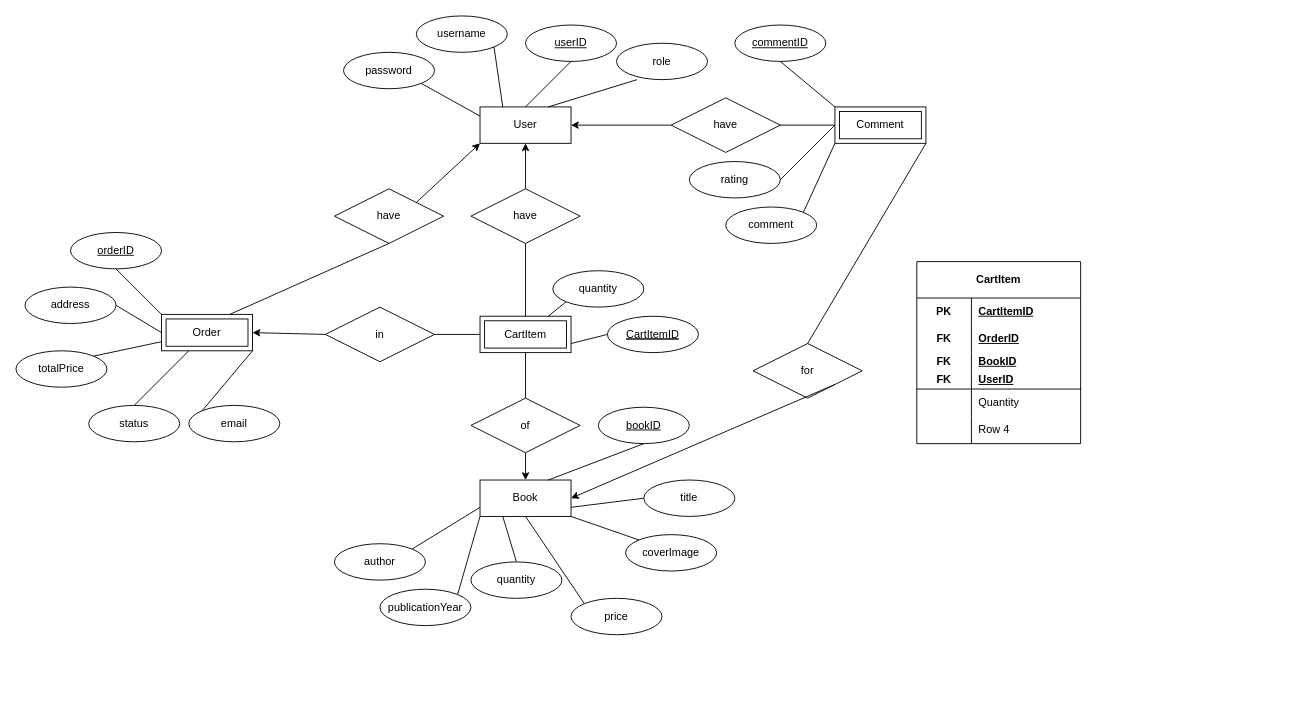
aurora-mei/BookSelling keeps this draw.io diagram as Untitled Diagram.drawio. Above is the earlier version. Source tidied: cells renumbered, new cells numbered last; positions are measured from the earlier drawing's top-left corner, leaving out a move shared by most shapes. Both pictures are drawn from the tidied source at 91%, with x=0, y=0 at pixel (15, 15).
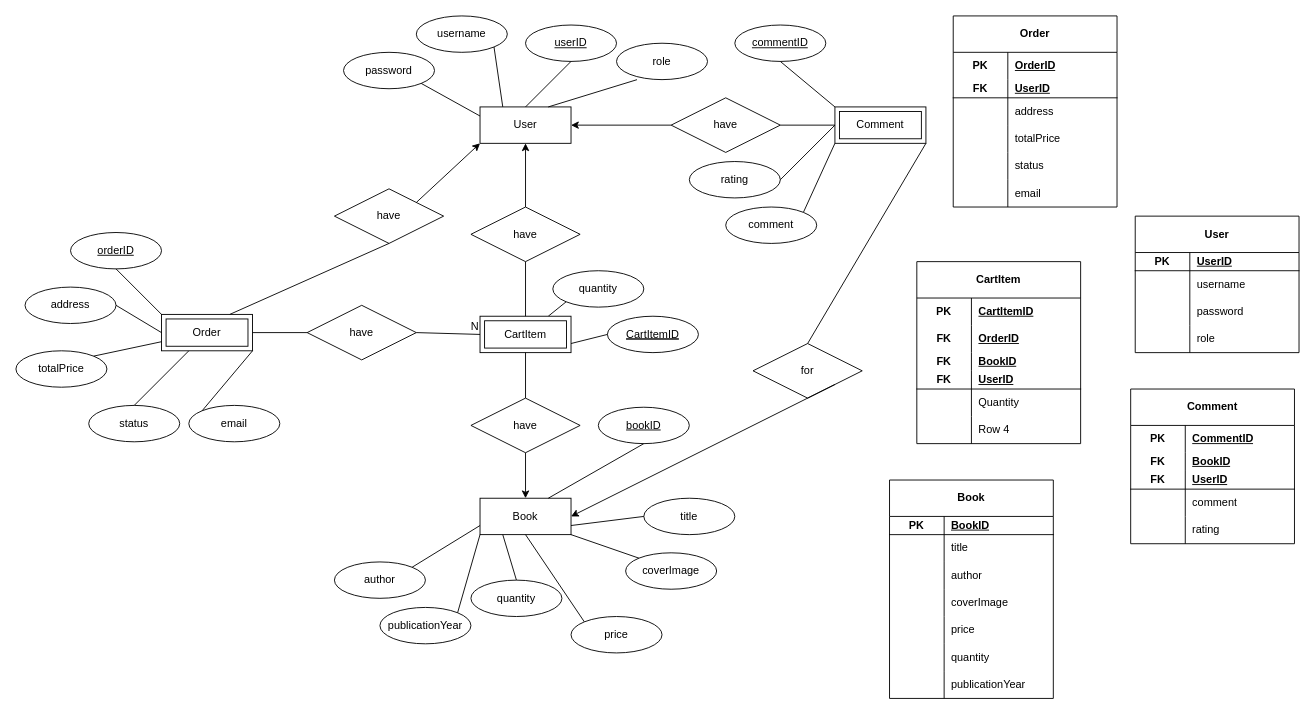
The same diagram, later.

Unchanged cells that the change refers to:
```xml
<mxCell id="35" value="Order" style="shape=ext;margin=3;double=1;whiteSpace=wrap;html=1;align=center;" parent="1" vertex="1">
  <mxGeometry x="160" y="328" width="100" height="40" as="geometry" />
</mxCell>
<mxCell id="76" value="CartItem" style="shape=ext;margin=3;double=1;whiteSpace=wrap;html=1;align=center;" parent="1" vertex="1">
  <mxGeometry x="510" y="330" width="100" height="40" as="geometry" />
</mxCell>
```

The edit, as a diff of the source:
```diff
@@
     <mxCell id="11" value="Book" style="whiteSpace=wrap;html=1;align=center;" parent="1" vertex="1">
-      <mxGeometry x="510" y="510" width="100" height="40" as="geometry" />
+      <mxGeometry x="510" y="530" width="100" height="40" as="geometry" />
     </mxCell>
@@
     <mxCell id="13" value="author" style="ellipse;whiteSpace=wrap;html=1;align=center;" parent="1" vertex="1">
-      <mxGeometry x="350" y="580" width="100" height="40" as="geometry" />
+      <mxGeometry x="350" y="600" width="100" height="40" as="geometry" />
     </mxCell>
     <mxCell id="14" value="title" style="ellipse;whiteSpace=wrap;html=1;align=center;" parent="1" vertex="1">
-      <mxGeometry x="690" y="510" width="100" height="40" as="geometry" />
+      <mxGeometry x="690" y="530" width="100" height="40" as="geometry" />
     </mxCell>
     <mxCell id="15" value="publicationYear" style="ellipse;whiteSpace=wrap;html=1;align=center;" parent="1" vertex="1">
-      <mxGeometry x="400" y="630" width="100" height="40" as="geometry" />
+      <mxGeometry x="400" y="650" width="100" height="40" as="geometry" />
     </mxCell>
@@
     <mxCell id="20" value="quantity" style="ellipse;whiteSpace=wrap;html=1;align=center;" parent="1" vertex="1">
-      <mxGeometry x="500" y="600" width="100" height="40" as="geometry" />
+      <mxGeometry x="500" y="620" width="100" height="40" as="geometry" />
     </mxCell>
     <mxCell id="21" value="price" style="ellipse;whiteSpace=wrap;html=1;align=center;" parent="1" vertex="1">
-      <mxGeometry x="610" y="640" width="100" height="40" as="geometry" />
+      <mxGeometry x="610" y="660" width="100" height="40" as="geometry" />
     </mxCell>
@@
     <mxCell id="46" value="coverImage" style="ellipse;whiteSpace=wrap;html=1;align=center;" parent="1" vertex="1">
-      <mxGeometry x="670" y="570" width="100" height="40" as="geometry" />
+      <mxGeometry x="670" y="590" width="100" height="40" as="geometry" />
     </mxCell>
@@
-    <mxCell id="77" value="of" style="shape=rhombus;perimeter=rhombusPerimeter;whiteSpace=wrap;html=1;align=center;" parent="1" vertex="1">
+    <mxCell id="77" value="have" style="shape=rhombus;perimeter=rhombusPerimeter;whiteSpace=wrap;html=1;align=center;" parent="1" vertex="1">
       <mxGeometry x="500" y="420" width="120" height="60" as="geometry" />
     </mxCell>
     <mxCell id="78" value="have" style="shape=rhombus;perimeter=rhombusPerimeter;whiteSpace=wrap;html=1;align=center;" parent="1" vertex="1">
-      <mxGeometry x="500" y="190" width="120" height="60" as="geometry" />
+      <mxGeometry x="500" y="210" width="120" height="60" as="geometry" />
     </mxCell>
@@
-    <mxCell id="83" value="in" style="shape=rhombus;perimeter=rhombusPerimeter;whiteSpace=wrap;html=1;align=center;" parent="1" vertex="1">
-      <mxGeometry x="340" y="320" width="120" height="60" as="geometry" />
+    <mxCell id="83" value="have" style="shape=rhombus;perimeter=rhombusPerimeter;whiteSpace=wrap;html=1;align=center;" parent="1" vertex="1">
+      <mxGeometry x="320" y="318" width="120" height="60" as="geometry" />
     </mxCell>
-    <mxCell id="84" style="endArrow=none;html=1;rounded=0;exitX=1;exitY=0.5;exitDx=0;exitDy=0;entryX=0;entryY=0.5;entryDx=0;entryDy=0;" parent="1" edge="1" source="83" target="76">
+    <mxCell id="84" style="endArrow=none;html=1;rounded=0;exitX=1;exitY=0.5;exitDx=0;exitDy=0;entryX=0;entryY=0.5;entryDx=0;entryDy=0;" parent="1" edge="1" source="35" target="83">
       <mxGeometry relative="1" as="geometry" />
     </mxCell>
-    <mxCell id="85" style="endArrow=classic;html=1;rounded=0;entryX=1;entryY=0.5;entryDx=0;entryDy=0;exitX=0;exitY=0.5;exitDx=0;exitDy=0;" parent="1" edge="1" source="83" target="35">
-      <mxGeometry relative="1" as="geometry" />
-    </mxCell>
+    <mxCell id="86" style="endArrow=none;html=1;rounded=0;exitX=1;exitY=0.5;exitDx=0;exitDy=0;entryX=0;entryY=0.5;entryDx=0;entryDy=0;" parent="1" edge="1" source="83" target="76">
+      <mxGeometry relative="1" as="geometry" />
+    </mxCell>
+    <mxCell id="87" value="N" style="html=1;whiteSpace=wrap;align=right;verticalAlign=bottom;" parent="86" vertex="1">
+      <mxGeometry x="1" relative="1" as="geometry" />
+    </mxCell>
+    <mxCell id="88" value="Comment" style="shape=table;startSize=40;childLayout=tableLayout;rowLines=0;fontStyle=1;align=center;html=1;whiteSpace=wrap;" parent="1" vertex="1">
+      <mxGeometry x="1225" y="410" width="180" height="170" as="geometry" />
+    </mxCell>
+    <mxCell id="89" style="shape=tableRow;horizontal=0;startSize=0;swimlaneHead=0;swimlaneBody=0;fillColor=none;top=0;left=0;right=0;bottom=0;html=1;" parent="88" vertex="1">
+      <mxGeometry y="40" width="180" height="30" as="geometry" />
+    </mxCell>
+    <mxCell id="90" value="PK" style="shape=partialRectangle;fillColor=none;top=0;left=0;bottom=0;right=0;fontStyle=1;overflow=hidden;html=1;whiteSpace=wrap;" parent="89" vertex="1">
+      <mxGeometry width="60" height="30" as="geometry" />
+    </mxCell>
+    <mxCell id="91" value="CommentID" style="shape=partialRectangle;fillColor=none;top=0;left=0;bottom=0;right=0;align=left;spacingLeft=6;fontStyle=5;overflow=hidden;html=1;whiteSpace=wrap;" parent="89" vertex="1">
+      <mxGeometry x="60" width="120" height="30" as="geometry" />
+    </mxCell>
+    <mxCell id="92" style="shape=tableRow;horizontal=0;startSize=0;swimlaneHead=0;swimlaneBody=0;fillColor=none;top=0;left=0;right=0;bottom=0;html=1;" parent="88" vertex="1">
+      <mxGeometry y="70" width="180" height="20" as="geometry" />
+    </mxCell>
+    <mxCell id="93" value="FK" style="shape=partialRectangle;fillColor=none;top=0;left=0;bottom=0;right=0;fontStyle=1;overflow=hidden;html=1;whiteSpace=wrap;" parent="92" vertex="1">
+      <mxGeometry width="60" height="20" as="geometry" />
+    </mxCell>
+    <mxCell id="94" value="BookID" style="shape=partialRectangle;fillColor=none;top=0;left=0;bottom=0;right=0;align=left;spacingLeft=6;fontStyle=5;overflow=hidden;html=1;whiteSpace=wrap;" parent="92" vertex="1">
+      <mxGeometry x="60" width="120" height="20" as="geometry" />
+    </mxCell>
+    <mxCell id="95" style="shape=tableRow;horizontal=0;startSize=0;swimlaneHead=0;swimlaneBody=0;fillColor=none;top=0;left=0;right=0;bottom=1;html=1;" parent="88" vertex="1">
+      <mxGeometry y="90" width="180" height="20" as="geometry" />
+    </mxCell>
+    <mxCell id="96" value="FK" style="shape=partialRectangle;fillColor=none;top=0;left=0;bottom=0;right=0;fontStyle=1;overflow=hidden;html=1;whiteSpace=wrap;" parent="95" vertex="1">
+      <mxGeometry width="60" height="20" as="geometry" />
+    </mxCell>
+    <mxCell id="97" value="UserID" style="shape=partialRectangle;fillColor=none;top=0;left=0;bottom=0;right=0;align=left;spacingLeft=6;fontStyle=5;overflow=hidden;html=1;whiteSpace=wrap;" parent="95" vertex="1">
+      <mxGeometry x="60" width="120" height="20" as="geometry" />
+    </mxCell>
+    <mxCell id="98" style="shape=tableRow;horizontal=0;startSize=0;swimlaneHead=0;swimlaneBody=0;fillColor=none;top=0;left=0;right=0;bottom=0;html=1;" parent="88" vertex="1">
+      <mxGeometry y="110" width="180" height="30" as="geometry" />
+    </mxCell>
+    <mxCell id="99" style="shape=partialRectangle;fillColor=none;top=0;left=0;bottom=0;right=0;overflow=hidden;html=1;whiteSpace=wrap;" parent="98" vertex="1">
+      <mxGeometry width="60" height="30" as="geometry" />
+    </mxCell>
+    <mxCell id="100" value="comment" style="shape=partialRectangle;fillColor=none;top=0;left=0;bottom=0;right=0;align=left;spacingLeft=6;overflow=hidden;html=1;whiteSpace=wrap;" parent="98" vertex="1">
+      <mxGeometry x="60" width="120" height="30" as="geometry" />
+    </mxCell>
+    <mxCell id="101" style="shape=tableRow;horizontal=0;startSize=0;swimlaneHead=0;swimlaneBody=0;fillColor=none;top=0;left=0;right=0;bottom=0;html=1;" parent="88" vertex="1">
+      <mxGeometry y="140" width="180" height="30" as="geometry" />
+    </mxCell>
+    <mxCell id="102" style="shape=partialRectangle;fillColor=none;top=0;left=0;bottom=0;right=0;overflow=hidden;html=1;whiteSpace=wrap;" parent="101" vertex="1">
+      <mxGeometry width="60" height="30" as="geometry" />
+    </mxCell>
+    <mxCell id="103" value="rating" style="shape=partialRectangle;fillColor=none;top=0;left=0;bottom=0;right=0;align=left;spacingLeft=6;overflow=hidden;html=1;whiteSpace=wrap;" parent="101" vertex="1">
+      <mxGeometry x="60" width="120" height="30" as="geometry" />
+    </mxCell>
+    <mxCell id="104" value="User" style="shape=table;startSize=40;childLayout=tableLayout;rowLines=0;fontStyle=1;align=center;html=1;whiteSpace=wrap;" parent="1" vertex="1">
+      <mxGeometry x="1230" y="220" width="180" height="150" as="geometry" />
+    </mxCell>
+    <mxCell id="105" style="shape=tableRow;horizontal=0;startSize=0;swimlaneHead=0;swimlaneBody=0;fillColor=none;top=0;left=0;right=0;bottom=1;html=1;" parent="104" vertex="1">
+      <mxGeometry y="40" width="180" height="20" as="geometry" />
+    </mxCell>
+    <mxCell id="106" value="PK" style="shape=partialRectangle;fillColor=none;top=0;left=0;bottom=0;right=0;fontStyle=1;overflow=hidden;html=1;whiteSpace=wrap;" parent="105" vertex="1">
+      <mxGeometry width="60" height="20" as="geometry" />
+    </mxCell>
+    <mxCell id="107" value="UserID" style="shape=partialRectangle;fillColor=none;top=0;left=0;bottom=0;right=0;align=left;spacingLeft=6;fontStyle=5;overflow=hidden;html=1;whiteSpace=wrap;" parent="105" vertex="1">
+      <mxGeometry x="60" width="120" height="20" as="geometry" />
+    </mxCell>
+    <mxCell id="108" style="shape=tableRow;horizontal=0;startSize=0;swimlaneHead=0;swimlaneBody=0;fillColor=none;top=0;left=0;right=0;bottom=0;html=1;" parent="104" vertex="1">
+      <mxGeometry y="60" width="180" height="30" as="geometry" />
+    </mxCell>
+    <mxCell id="109" style="shape=partialRectangle;fillColor=none;top=0;left=0;bottom=0;right=0;overflow=hidden;html=1;whiteSpace=wrap;" parent="108" vertex="1">
+      <mxGeometry width="60" height="30" as="geometry" />
+    </mxCell>
+    <mxCell id="110" value="username" style="shape=partialRectangle;fillColor=none;top=0;left=0;bottom=0;right=0;align=left;spacingLeft=6;overflow=hidden;html=1;whiteSpace=wrap;" parent="108" vertex="1">
+      <mxGeometry x="60" width="120" height="30" as="geometry" />
+    </mxCell>
+    <mxCell id="111" style="shape=tableRow;horizontal=0;startSize=0;swimlaneHead=0;swimlaneBody=0;fillColor=none;top=0;left=0;right=0;bottom=0;html=1;" parent="104" vertex="1">
+      <mxGeometry y="90" width="180" height="30" as="geometry" />
+    </mxCell>
+    <mxCell id="112" style="shape=partialRectangle;fillColor=none;top=0;left=0;bottom=0;right=0;overflow=hidden;html=1;whiteSpace=wrap;" parent="111" vertex="1">
+      <mxGeometry width="60" height="30" as="geometry" />
+    </mxCell>
+    <mxCell id="113" value="password" style="shape=partialRectangle;fillColor=none;top=0;left=0;bottom=0;right=0;align=left;spacingLeft=6;overflow=hidden;html=1;whiteSpace=wrap;" parent="111" vertex="1">
+      <mxGeometry x="60" width="120" height="30" as="geometry" />
+    </mxCell>
+    <mxCell id="114" style="shape=tableRow;horizontal=0;startSize=0;swimlaneHead=0;swimlaneBody=0;fillColor=none;top=0;left=0;right=0;bottom=0;html=1;" parent="104" vertex="1">
+      <mxGeometry y="120" width="180" height="30" as="geometry" />
+    </mxCell>
+    <mxCell id="115" style="shape=partialRectangle;fillColor=none;top=0;left=0;bottom=0;right=0;overflow=hidden;html=1;whiteSpace=wrap;" parent="114" vertex="1">
+      <mxGeometry width="60" height="30" as="geometry" />
+    </mxCell>
+    <mxCell id="116" value="role" style="shape=partialRectangle;fillColor=none;top=0;left=0;bottom=0;right=0;align=left;spacingLeft=6;overflow=hidden;html=1;whiteSpace=wrap;" parent="114" vertex="1">
+      <mxGeometry x="60" width="120" height="30" as="geometry" />
+    </mxCell>
+    <mxCell id="117" value="Order" style="shape=table;startSize=40;childLayout=tableLayout;rowLines=0;fontStyle=1;align=center;html=1;whiteSpace=wrap;" parent="1" vertex="1">
+      <mxGeometry x="1030" width="180" height="210" as="geometry" />
+    </mxCell>
+    <mxCell id="118" style="shape=tableRow;horizontal=0;startSize=0;swimlaneHead=0;swimlaneBody=0;fillColor=none;top=0;left=0;right=0;bottom=0;html=1;" parent="117" vertex="1">
+      <mxGeometry y="40" width="180" height="30" as="geometry" />
+    </mxCell>
+    <mxCell id="119" value="PK" style="shape=partialRectangle;fillColor=none;top=0;left=0;bottom=0;right=0;fontStyle=1;overflow=hidden;html=1;whiteSpace=wrap;" parent="118" vertex="1">
+      <mxGeometry width="60" height="30" as="geometry" />
+    </mxCell>
+    <mxCell id="120" value="OrderID" style="shape=partialRectangle;fillColor=none;top=0;left=0;bottom=0;right=0;align=left;spacingLeft=6;fontStyle=5;overflow=hidden;html=1;whiteSpace=wrap;" parent="118" vertex="1">
+      <mxGeometry x="60" width="120" height="30" as="geometry" />
+    </mxCell>
+    <mxCell id="121" style="shape=tableRow;horizontal=0;startSize=0;swimlaneHead=0;swimlaneBody=0;fillColor=none;top=0;left=0;right=0;bottom=1;html=1;" parent="117" vertex="1">
+      <mxGeometry y="70" width="180" height="20" as="geometry" />
+    </mxCell>
+    <mxCell id="122" value="FK" style="shape=partialRectangle;fillColor=none;top=0;left=0;bottom=0;right=0;fontStyle=1;overflow=hidden;html=1;whiteSpace=wrap;" parent="121" vertex="1">
+      <mxGeometry width="60" height="20" as="geometry" />
+    </mxCell>
+    <mxCell id="123" value="UserID" style="shape=partialRectangle;fillColor=none;top=0;left=0;bottom=0;right=0;align=left;spacingLeft=6;fontStyle=5;overflow=hidden;html=1;whiteSpace=wrap;" parent="121" vertex="1">
+      <mxGeometry x="60" width="120" height="20" as="geometry" />
+    </mxCell>
+    <mxCell id="124" style="shape=tableRow;horizontal=0;startSize=0;swimlaneHead=0;swimlaneBody=0;fillColor=none;top=0;left=0;right=0;bottom=0;html=1;" parent="117" vertex="1">
+      <mxGeometry y="90" width="180" height="30" as="geometry" />
+    </mxCell>
+    <mxCell id="125" style="shape=partialRectangle;fillColor=none;top=0;left=0;bottom=0;right=0;overflow=hidden;html=1;whiteSpace=wrap;" parent="124" vertex="1">
+      <mxGeometry width="60" height="30" as="geometry" />
+    </mxCell>
+    <mxCell id="126" value="address" style="shape=partialRectangle;fillColor=none;top=0;left=0;bottom=0;right=0;align=left;spacingLeft=6;overflow=hidden;html=1;whiteSpace=wrap;" parent="124" vertex="1">
+      <mxGeometry x="60" width="120" height="30" as="geometry" />
+    </mxCell>
+    <mxCell id="127" style="shape=tableRow;horizontal=0;startSize=0;swimlaneHead=0;swimlaneBody=0;fillColor=none;top=0;left=0;right=0;bottom=0;html=1;" parent="117" vertex="1">
+      <mxGeometry y="120" width="180" height="30" as="geometry" />
+    </mxCell>
+    <mxCell id="128" style="shape=partialRectangle;fillColor=none;top=0;left=0;bottom=0;right=0;overflow=hidden;html=1;whiteSpace=wrap;" parent="127" vertex="1">
+      <mxGeometry width="60" height="30" as="geometry" />
+    </mxCell>
+    <mxCell id="129" value="totalPrice" style="shape=partialRectangle;fillColor=none;top=0;left=0;bottom=0;right=0;align=left;spacingLeft=6;overflow=hidden;html=1;whiteSpace=wrap;" parent="127" vertex="1">
+      <mxGeometry x="60" width="120" height="30" as="geometry" />
+    </mxCell>
+    <mxCell id="130" style="shape=tableRow;horizontal=0;startSize=0;swimlaneHead=0;swimlaneBody=0;fillColor=none;top=0;left=0;right=0;bottom=0;html=1;" parent="117" vertex="1">
+      <mxGeometry y="150" width="180" height="30" as="geometry" />
+    </mxCell>
+    <mxCell id="131" style="shape=partialRectangle;fillColor=none;top=0;left=0;bottom=0;right=0;overflow=hidden;html=1;whiteSpace=wrap;" parent="130" vertex="1">
+      <mxGeometry width="60" height="30" as="geometry" />
+    </mxCell>
+    <mxCell id="132" value="status" style="shape=partialRectangle;fillColor=none;top=0;left=0;bottom=0;right=0;align=left;spacingLeft=6;overflow=hidden;html=1;whiteSpace=wrap;" parent="130" vertex="1">
+      <mxGeometry x="60" width="120" height="30" as="geometry" />
+    </mxCell>
+    <mxCell id="133" style="shape=tableRow;horizontal=0;startSize=0;swimlaneHead=0;swimlaneBody=0;fillColor=none;top=0;left=0;right=0;bottom=0;html=1;" parent="117" vertex="1">
+      <mxGeometry y="180" width="180" height="30" as="geometry" />
+    </mxCell>
+    <mxCell id="134" style="shape=partialRectangle;fillColor=none;top=0;left=0;bottom=0;right=0;overflow=hidden;html=1;whiteSpace=wrap;" parent="133" vertex="1">
+      <mxGeometry width="60" height="30" as="geometry" />
+    </mxCell>
+    <mxCell id="135" value="email" style="shape=partialRectangle;fillColor=none;top=0;left=0;bottom=0;right=0;align=left;spacingLeft=6;overflow=hidden;html=1;whiteSpace=wrap;" parent="133" vertex="1">
+      <mxGeometry x="60" width="120" height="30" as="geometry" />
+    </mxCell>
+    <mxCell id="136" value="Book" style="shape=table;startSize=40;childLayout=tableLayout;rowLines=0;fontStyle=1;align=center;html=1;whiteSpace=wrap;" parent="1" vertex="1">
+      <mxGeometry x="960" y="510" width="180" height="240" as="geometry" />
+    </mxCell>
+    <mxCell id="137" style="shape=tableRow;horizontal=0;startSize=0;swimlaneHead=0;swimlaneBody=0;fillColor=none;top=0;left=0;right=0;bottom=1;html=1;" parent="136" vertex="1">
+      <mxGeometry y="40" width="180" height="20" as="geometry" />
+    </mxCell>
+    <mxCell id="138" value="PK" style="shape=partialRectangle;fillColor=none;top=0;left=0;bottom=0;right=0;fontStyle=1;overflow=hidden;html=1;whiteSpace=wrap;" parent="137" vertex="1">
+      <mxGeometry width="60" height="20" as="geometry" />
+    </mxCell>
+    <mxCell id="139" value="BookID" style="shape=partialRectangle;fillColor=none;top=0;left=0;bottom=0;right=0;align=left;spacingLeft=6;fontStyle=5;overflow=hidden;html=1;whiteSpace=wrap;" parent="137" vertex="1">
+      <mxGeometry x="60" width="120" height="20" as="geometry" />
+    </mxCell>
+    <mxCell id="140" style="shape=tableRow;horizontal=0;startSize=0;swimlaneHead=0;swimlaneBody=0;fillColor=none;top=0;left=0;right=0;bottom=0;html=1;" parent="136" vertex="1">
+      <mxGeometry y="60" width="180" height="30" as="geometry" />
+    </mxCell>
+    <mxCell id="141" style="shape=partialRectangle;fillColor=none;top=0;left=0;bottom=0;right=0;overflow=hidden;html=1;whiteSpace=wrap;" parent="140" vertex="1">
+      <mxGeometry width="60" height="30" as="geometry" />
+    </mxCell>
+    <mxCell id="142" value="title" style="shape=partialRectangle;fillColor=none;top=0;left=0;bottom=0;right=0;align=left;spacingLeft=6;overflow=hidden;html=1;whiteSpace=wrap;" parent="140" vertex="1">
+      <mxGeometry x="60" width="120" height="30" as="geometry" />
+    </mxCell>
+    <mxCell id="143" style="shape=tableRow;horizontal=0;startSize=0;swimlaneHead=0;swimlaneBody=0;fillColor=none;top=0;left=0;right=0;bottom=0;html=1;" parent="136" vertex="1">
+      <mxGeometry y="90" width="180" height="30" as="geometry" />
+    </mxCell>
+    <mxCell id="144" style="shape=partialRectangle;fillColor=none;top=0;left=0;bottom=0;right=0;overflow=hidden;html=1;whiteSpace=wrap;" parent="143" vertex="1">
+      <mxGeometry width="60" height="30" as="geometry" />
+    </mxCell>
+    <mxCell id="145" value="author" style="shape=partialRectangle;fillColor=none;top=0;left=0;bottom=0;right=0;align=left;spacingLeft=6;overflow=hidden;html=1;whiteSpace=wrap;" parent="143" vertex="1">
+      <mxGeometry x="60" width="120" height="30" as="geometry" />
+    </mxCell>
+    <mxCell id="146" style="shape=tableRow;horizontal=0;startSize=0;swimlaneHead=0;swimlaneBody=0;fillColor=none;top=0;left=0;right=0;bottom=0;html=1;" parent="136" vertex="1">
+      <mxGeometry y="120" width="180" height="30" as="geometry" />
+    </mxCell>
+    <mxCell id="147" style="shape=partialRectangle;fillColor=none;top=0;left=0;bottom=0;right=0;overflow=hidden;html=1;whiteSpace=wrap;" parent="146" vertex="1">
+      <mxGeometry width="60" height="30" as="geometry" />
+    </mxCell>
+    <mxCell id="148" value="coverImage" style="shape=partialRectangle;fillColor=none;top=0;left=0;bottom=0;right=0;align=left;spacingLeft=6;overflow=hidden;html=1;whiteSpace=wrap;" parent="146" vertex="1">
+      <mxGeometry x="60" width="120" height="30" as="geometry" />
+    </mxCell>
+    <mxCell id="149" style="shape=tableRow;horizontal=0;startSize=0;swimlaneHead=0;swimlaneBody=0;fillColor=none;top=0;left=0;right=0;bottom=0;html=1;" parent="136" vertex="1">
+      <mxGeometry y="150" width="180" height="30" as="geometry" />
+    </mxCell>
+    <mxCell id="150" style="shape=partialRectangle;fillColor=none;top=0;left=0;bottom=0;right=0;overflow=hidden;html=1;whiteSpace=wrap;" parent="149" vertex="1">
+      <mxGeometry width="60" height="30" as="geometry" />
+    </mxCell>
+    <mxCell id="151" value="price" style="shape=partialRectangle;fillColor=none;top=0;left=0;bottom=0;right=0;align=left;spacingLeft=6;overflow=hidden;html=1;whiteSpace=wrap;" parent="149" vertex="1">
+      <mxGeometry x="60" width="120" height="30" as="geometry" />
+    </mxCell>
+    <mxCell id="152" style="shape=tableRow;horizontal=0;startSize=0;swimlaneHead=0;swimlaneBody=0;fillColor=none;top=0;left=0;right=0;bottom=0;html=1;" parent="136" vertex="1">
+      <mxGeometry y="180" width="180" height="30" as="geometry" />
+    </mxCell>
+    <mxCell id="153" style="shape=partialRectangle;fillColor=none;top=0;left=0;bottom=0;right=0;overflow=hidden;html=1;whiteSpace=wrap;" parent="152" vertex="1">
+      <mxGeometry width="60" height="30" as="geometry" />
+    </mxCell>
+    <mxCell id="154" value="quantity" style="shape=partialRectangle;fillColor=none;top=0;left=0;bottom=0;right=0;align=left;spacingLeft=6;overflow=hidden;html=1;whiteSpace=wrap;" parent="152" vertex="1">
+      <mxGeometry x="60" width="120" height="30" as="geometry" />
+    </mxCell>
+    <mxCell id="155" style="shape=tableRow;horizontal=0;startSize=0;swimlaneHead=0;swimlaneBody=0;fillColor=none;top=0;left=0;right=0;bottom=0;html=1;" parent="136" vertex="1">
+      <mxGeometry y="210" width="180" height="30" as="geometry" />
+    </mxCell>
+    <mxCell id="156" style="shape=partialRectangle;fillColor=none;top=0;left=0;bottom=0;right=0;overflow=hidden;html=1;whiteSpace=wrap;" parent="155" vertex="1">
+      <mxGeometry width="60" height="30" as="geometry" />
+    </mxCell>
+    <mxCell id="157" value="publicationYear" style="shape=partialRectangle;fillColor=none;top=0;left=0;bottom=0;right=0;align=left;spacingLeft=6;overflow=hidden;html=1;whiteSpace=wrap;" parent="155" vertex="1">
+      <mxGeometry x="60" width="120" height="30" as="geometry" />
+    </mxCell>
```
